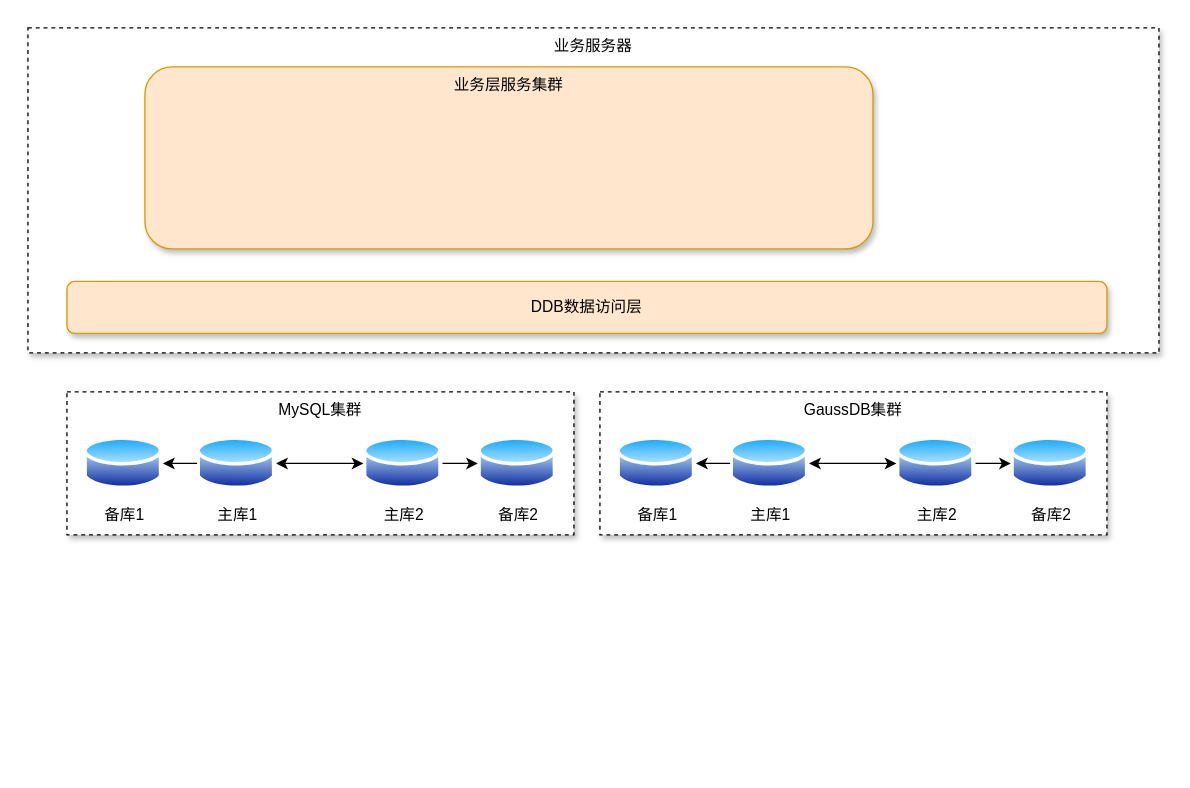
This is 数据库读写分离及分库分表.drawio from bert82503/tech-study, a draw.io file, before an edit. Source tidied: cells renumbered, new cells numbered last; positions are measured from the earlier drawing's top-left corner, leaving out a move shared by most shapes. Both pictures are drawn from the tidied source at 130%, with x=0, y=0 at pixel (27, 27).
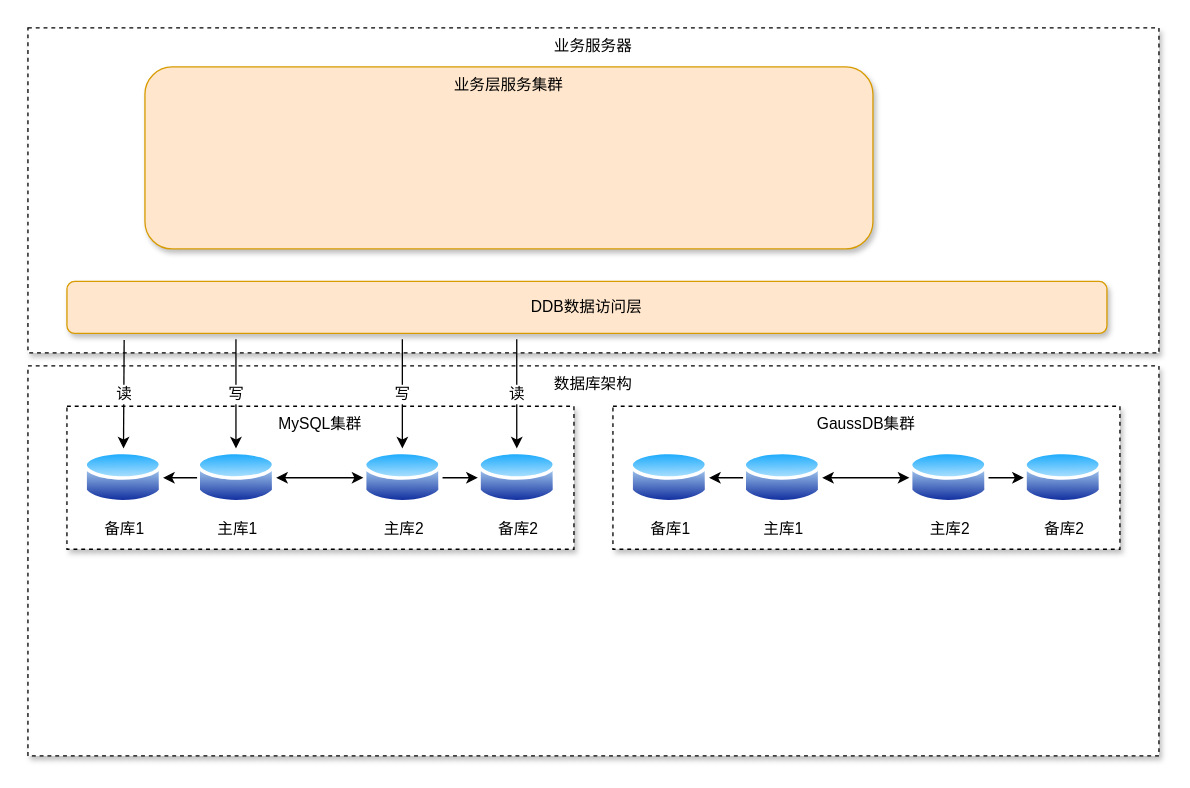
After the change.

Commit message (it also covers changes not shown here):
更新数据库读写分离及分库分表.drawio

Unchanged cells that the change refers to:
```xml
<mxCell id="10" value="备库1" style="perimeter=ellipsePerimeter;html=1;align=center;shadow=0;dashed=0;spacingTop=3;image;image=img/lib/active_directory/database.svg;" parent="5" vertex="1">
  <mxGeometry x="13.1" y="32.5" width="60.8" height="45" as="geometry" />
</mxCell>
```

The edit, as a diff of the source:
```diff
@@
+    <mxCell id="23" value="数据库架构" style="rounded=0;whiteSpace=wrap;html=1;shadow=1;strokeColor=default;fontFamily=Helvetica;fontSize=12;fontColor=default;fillColor=default;dashed=1;verticalAlign=top;" parent="1" vertex="1">
+      <mxGeometry y="260" width="870" height="300" as="geometry" />
+    </mxCell>
@@
     <mxCell id="5" style="group;" parent="1" vertex="1">
-      <mxGeometry x="30" y="280" width="390" height="110" as="geometry" />
+      <mxGeometry x="30" y="291" width="390" height="110" as="geometry" />
     </mxCell>
@@
+    <mxCell id="24" value="读" style="endArrow=classic;html=1;rounded=0;fontFamily=Helvetica;fontSize=12;fontColor=default;entryX=0.5;entryY=0;entryDx=0;entryDy=0;" parent="5" edge="1">
+      <mxGeometry relative="1" as="geometry">
+        <mxPoint x="346" y="-51.5" as="sourcePoint" />
+        <mxPoint x="346" y="32.5" as="targetPoint" />
+      </mxGeometry>
+    </mxCell>
+    <mxCell id="25" value="写" style="endArrow=classic;html=1;rounded=0;fontFamily=Helvetica;fontSize=12;fontColor=default;entryX=0.5;entryY=0;entryDx=0;entryDy=0;" parent="5" edge="1">
+      <mxGeometry relative="1" as="geometry">
+        <mxPoint x="258" y="-51.5" as="sourcePoint" />
+        <mxPoint x="258" y="32.5" as="targetPoint" />
+      </mxGeometry>
+    </mxCell>
+    <mxCell id="26" value="写" style="endArrow=classic;html=1;rounded=0;fontFamily=Helvetica;fontSize=12;fontColor=default;entryX=0.5;entryY=0;entryDx=0;entryDy=0;" parent="5" edge="1">
+      <mxGeometry relative="1" as="geometry">
+        <mxPoint x="130" y="-51.5" as="sourcePoint" />
+        <mxPoint x="130" y="32.5" as="targetPoint" />
+      </mxGeometry>
+    </mxCell>
     <mxCell id="14" style="group;" parent="1" vertex="1">
-      <mxGeometry x="440" y="280" width="390" height="110" as="geometry" />
+      <mxGeometry x="450" y="291" width="390" height="110" as="geometry" />
     </mxCell>
@@
+    <mxCell id="27" value="读" style="endArrow=classic;html=1;rounded=0;fontFamily=Helvetica;fontSize=12;fontColor=default;entryX=0.5;entryY=0;entryDx=0;entryDy=0;" parent="1" edge="1" target="10">
+      <mxGeometry relative="1" as="geometry">
+        <mxPoint x="74" y="240" as="sourcePoint" />
+      </mxGeometry>
+    </mxCell>
```
